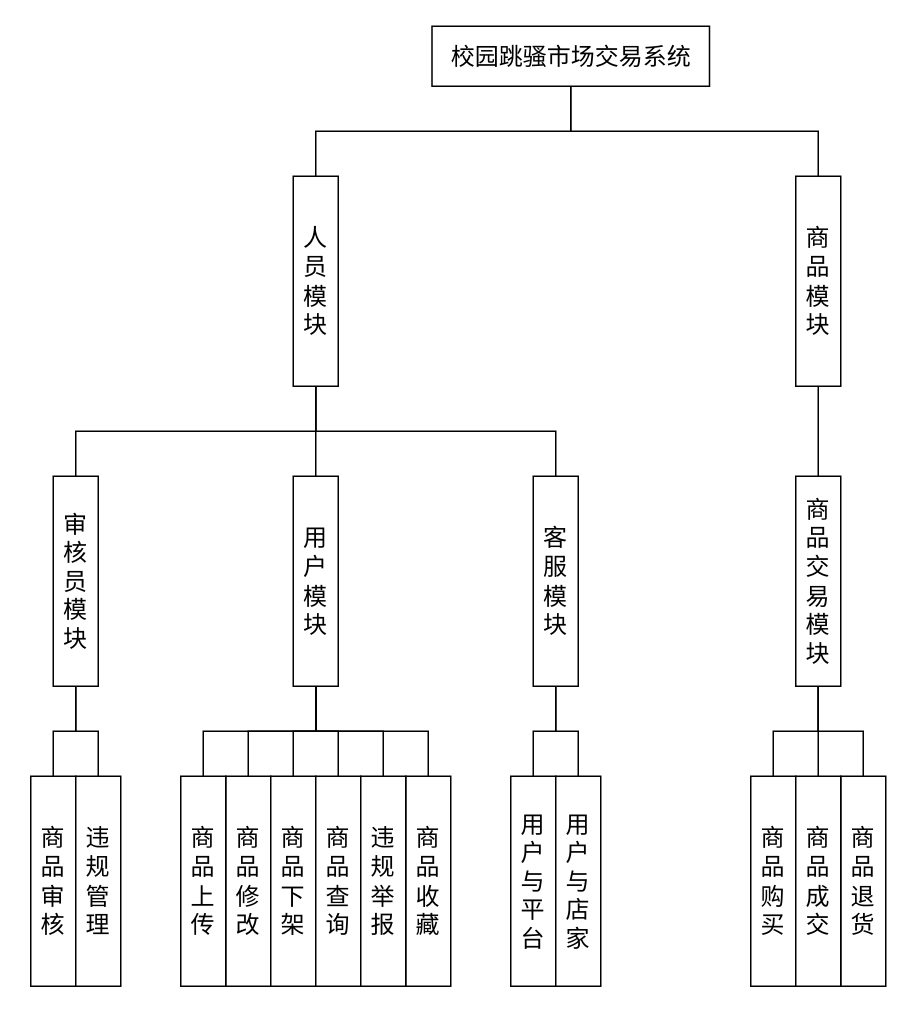
This is 系统框图.drawio from 200928/image, a draw.io file, before an edit. Source tidied: cells renumbered, new cells numbered last; positions are measured from the earlier drawing's top-left corner, leaving out a move shared by most shapes. Both pictures are drawn from the tidied source at 150%, with x=0, y=0 at pixel (30, 26).
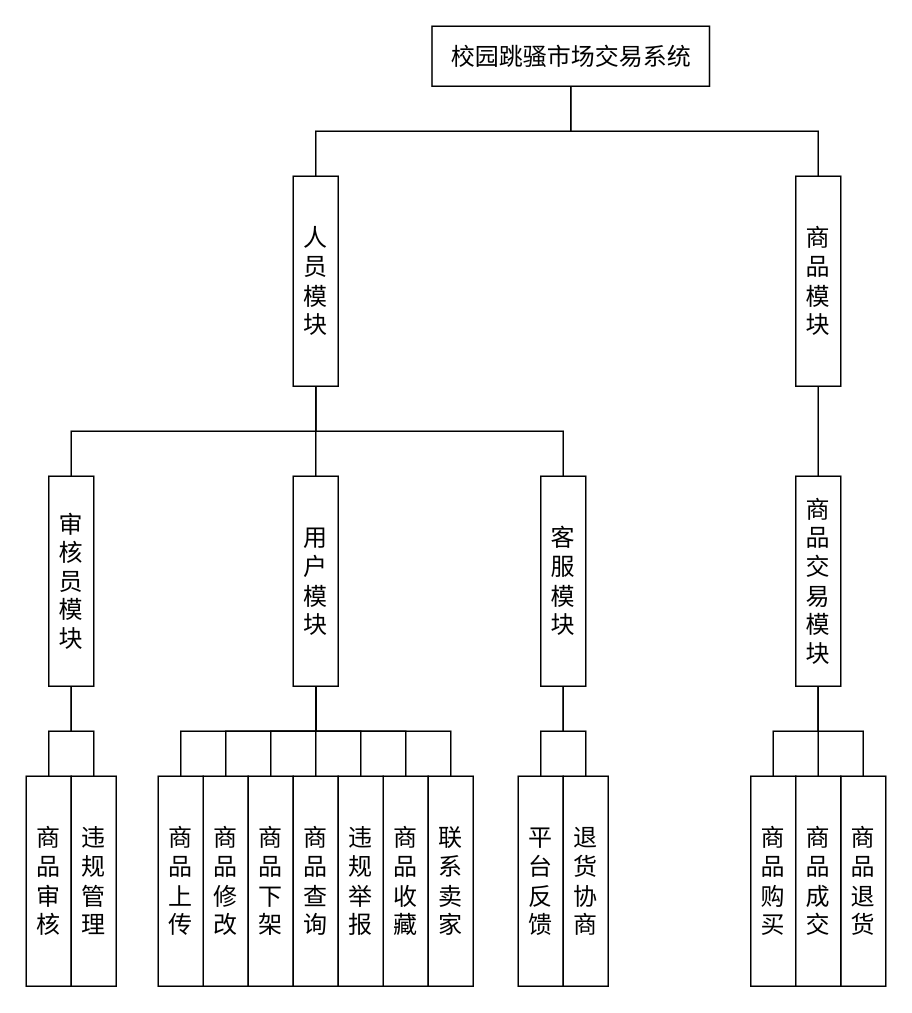
The same diagram, later.

Commit message:
更新系统框图.drawio

Unchanged cells that the change refers to:
```xml
<mxCell id="17" value="用户模块" style="rounded=0;whiteSpace=wrap;html=1;fontSize=16;" parent="1" vertex="1">
  <mxGeometry x="175" y="300" width="30" height="140" as="geometry" />
</mxCell>
```

Diff of the diagram source:
```diff
@@
     <mxCell id="20" value="审核员模块" style="rounded=0;whiteSpace=wrap;html=1;fontSize=16;" parent="1" vertex="1">
-      <mxGeometry x="15" y="300" width="30" height="140" as="geometry" />
+      <mxGeometry x="12" y="300" width="30" height="140" as="geometry" />
     </mxCell>
     <mxCell id="21" value="商品审核" style="rounded=0;whiteSpace=wrap;html=1;fontSize=16;" parent="1" vertex="1">
-      <mxGeometry y="500" width="30" height="140" as="geometry" />
+      <mxGeometry x="-3" y="500" width="30" height="140" as="geometry" />
     </mxCell>
@@
     <mxCell id="27" value="商品修改" style="rounded=0;whiteSpace=wrap;html=1;fontSize=16;" parent="1" vertex="1">
-      <mxGeometry x="130" y="500" width="30" height="140" as="geometry" />
+      <mxGeometry x="115" y="500" width="30" height="140" as="geometry" />
     </mxCell>
@@
     <mxCell id="30" value="客服模块" style="rounded=0;whiteSpace=wrap;html=1;fontSize=16;" parent="1" vertex="1">
-      <mxGeometry x="335" y="300" width="30" height="140" as="geometry" />
+      <mxGeometry x="340" y="300" width="30" height="140" as="geometry" />
     </mxCell>
-    <mxCell id="31" value="用户与平台" style="rounded=0;whiteSpace=wrap;html=1;fontSize=16;" parent="1" vertex="1">
-      <mxGeometry x="320" y="500" width="30" height="140" as="geometry" />
+    <mxCell id="31" value="平台反馈" style="rounded=0;whiteSpace=wrap;html=1;fontSize=16;" parent="1" vertex="1">
+      <mxGeometry x="325" y="500" width="30" height="140" as="geometry" />
     </mxCell>
-    <mxCell id="32" value="用户与店家" style="rounded=0;whiteSpace=wrap;html=1;fontSize=16;" parent="1" vertex="1">
-      <mxGeometry x="350" y="500" width="30" height="140" as="geometry" />
+    <mxCell id="32" value="退货协商" style="rounded=0;whiteSpace=wrap;html=1;fontSize=16;" parent="1" vertex="1">
+      <mxGeometry x="355" y="500" width="30" height="140" as="geometry" />
     </mxCell>
     <mxCell id="33" value="违规管理" style="rounded=0;whiteSpace=wrap;html=1;fontSize=16;" parent="1" vertex="1">
-      <mxGeometry x="30" y="500" width="30" height="140" as="geometry" />
+      <mxGeometry x="27" y="500" width="30" height="140" as="geometry" />
     </mxCell>
     <mxCell id="34" value="商品上传" style="rounded=0;whiteSpace=wrap;html=1;fontSize=16;" parent="1" vertex="1">
-      <mxGeometry x="100" y="500" width="30" height="140" as="geometry" />
+      <mxGeometry x="85" y="500" width="30" height="140" as="geometry" />
     </mxCell>
     <mxCell id="35" value="商品下架" style="rounded=0;whiteSpace=wrap;html=1;fontSize=16;" parent="1" vertex="1">
-      <mxGeometry x="160" y="500" width="30" height="140" as="geometry" />
+      <mxGeometry x="145" y="500" width="30" height="140" as="geometry" />
     </mxCell>
@@
     <mxCell id="37" value="商品收藏" style="rounded=0;whiteSpace=wrap;html=1;fontSize=16;" parent="1" vertex="1">
-      <mxGeometry x="250" y="500" width="30" height="140" as="geometry" />
+      <mxGeometry x="235" y="500" width="30" height="140" as="geometry" />
     </mxCell>
     <mxCell id="38" value="商品查询" style="rounded=0;whiteSpace=wrap;html=1;fontSize=16;" parent="1" vertex="1">
-      <mxGeometry x="190" y="500" width="30" height="140" as="geometry" />
+      <mxGeometry x="175" y="500" width="30" height="140" as="geometry" />
     </mxCell>
     <mxCell id="39" value="违规举报" style="rounded=0;whiteSpace=wrap;html=1;fontSize=16;" parent="1" vertex="1">
-      <mxGeometry x="220" y="500" width="30" height="140" as="geometry" />
+      <mxGeometry x="205" y="500" width="30" height="140" as="geometry" />
     </mxCell>
@@
+    <mxCell id="41" style="edgeStyle=orthogonalEdgeStyle;rounded=0;jettySize=auto;html=1;exitX=0.5;exitY=0;exitDx=0;exitDy=0;entryX=0.5;entryY=1;entryDx=0;entryDy=0;endArrow=none;endFill=0;" parent="1" edge="1" source="42" target="17">
+      <mxGeometry relative="1" as="geometry" />
+    </mxCell>
+    <mxCell id="42" value="联系卖家" style="rounded=0;whiteSpace=wrap;html=1;fontSize=16;" parent="1" vertex="1">
+      <mxGeometry x="265" y="500" width="30" height="140" as="geometry" />
+    </mxCell>
```
